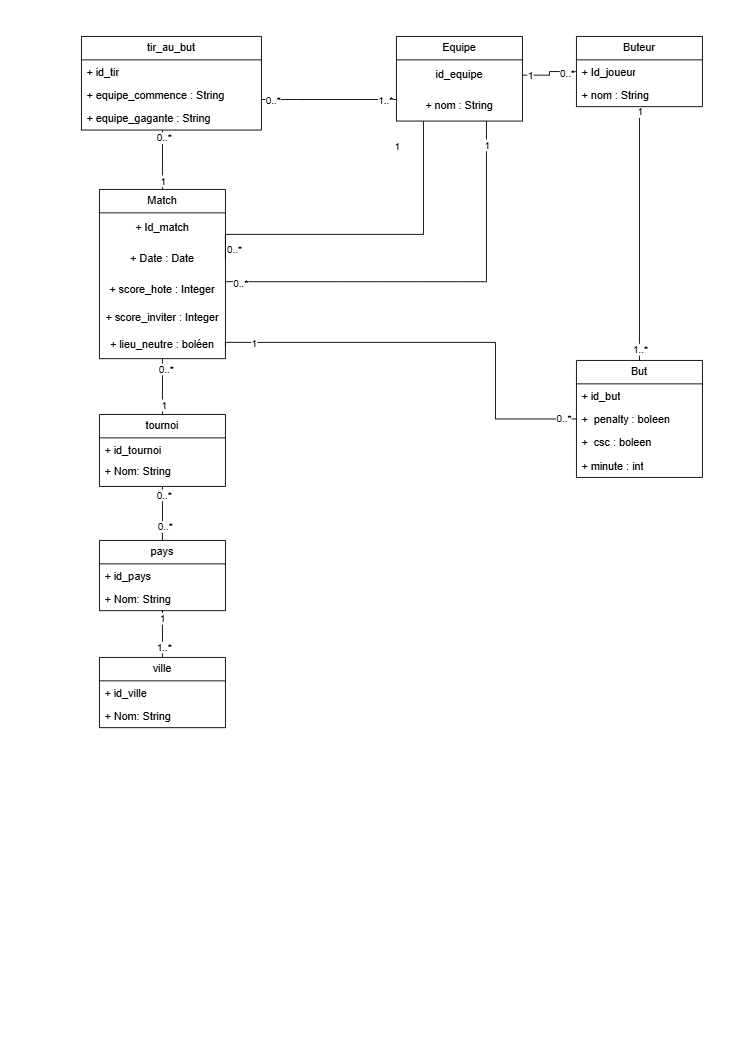
contant30/2025-JPA-projet-Football keeps this draw.io diagram as conception/Diagramme de classe.drawio.png. Above is the earlier version. Source tidied: cells renumbered, new cells last; positions are measured from the earlier drawing's top-left corner, leaving out a move shared by most shapes.
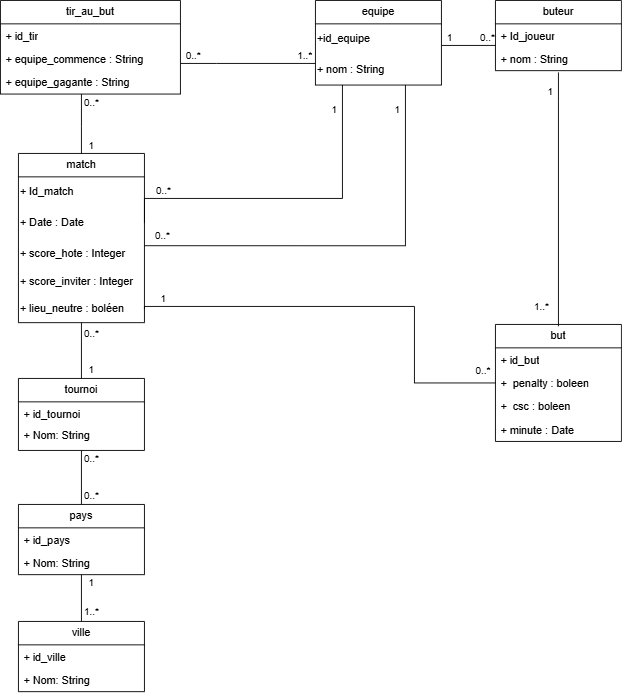
The same diagram one commit later.

Change to the diagram source:
```diff
@@ -11,37 +11,45 @@
       </mxGeometry>
     </mxCell>
     <mxCell id="3" value="0..*" style="edgeLabel;html=1;align=center;verticalAlign=middle;" parent="2" vertex="1">
-      <mxGeometry x="0.74" y="-1" relative="1" as="geometry" />
+      <mxGeometry x="0.74" y="-1" relative="1" as="geometry">
+        <mxPoint x="9" as="offset" />
+      </mxGeometry>
     </mxCell>
     <mxCell id="4" value="1" style="edgeLabel;html=1;align=center;verticalAlign=middle;" parent="2" vertex="1">
-      <mxGeometry x="-0.72" relative="1" as="geometry" />
+      <mxGeometry x="-0.72" relative="1" as="geometry">
+        <mxPoint x="10" as="offset" />
+      </mxGeometry>
     </mxCell>
-    <mxCell id="5" value="Match" style="swimlane;fontStyle=0;horizontal=1;startSize=26;fillColor=none;whiteSpace=wrap;html=1;" parent="1" vertex="1">
+    <mxCell id="5" value="match" style="swimlane;fontStyle=0;horizontal=1;startSize=26;fillColor=none;whiteSpace=wrap;html=1;" parent="1" vertex="1">
       <mxGeometry x="20" y="170" width="140" height="188" as="geometry" />
     </mxCell>
-    <mxCell id="6" value="+ Id_match" style="text;html=1;whiteSpace=wrap;strokeColor=none;fillColor=none;align=center;verticalAlign=middle;rounded=0;" parent="5" vertex="1">
+    <mxCell id="6" value="+ Id_match" style="text;html=1;whiteSpace=wrap;strokeColor=none;fillColor=none;align=left;verticalAlign=middle;rounded=0;" parent="5" vertex="1">
       <mxGeometry y="26" width="140" height="34" as="geometry" />
     </mxCell>
-    <mxCell id="7" value="+ Date : Date" style="text;html=1;whiteSpace=wrap;strokeColor=none;fillColor=none;align=center;verticalAlign=middle;rounded=0;" parent="5" vertex="1">
+    <mxCell id="7" value="+ Date : Date" style="text;html=1;whiteSpace=wrap;strokeColor=none;fillColor=none;align=left;verticalAlign=middle;rounded=0;" parent="5" vertex="1">
       <mxGeometry y="60" width="140" height="34" as="geometry" />
     </mxCell>
-    <mxCell id="8" value="+ score_hote : Integer" style="text;html=1;whiteSpace=wrap;strokeColor=none;fillColor=none;align=center;verticalAlign=middle;rounded=0;" parent="5" vertex="1">
+    <mxCell id="8" value="+ score_hote : Integer" style="text;html=1;whiteSpace=wrap;strokeColor=none;fillColor=none;align=left;verticalAlign=middle;rounded=0;" parent="5" vertex="1">
       <mxGeometry y="94" width="140" height="34" as="geometry" />
     </mxCell>
-    <mxCell id="9" value="+ score_inviter : Integer" style="text;html=1;whiteSpace=wrap;strokeColor=none;fillColor=none;align=center;verticalAlign=middle;rounded=0;" parent="5" vertex="1">
+    <mxCell id="9" value="+ score_inviter : Integer" style="text;html=1;whiteSpace=wrap;strokeColor=none;fillColor=none;align=left;verticalAlign=middle;rounded=0;" parent="5" vertex="1">
       <mxGeometry y="128" width="140" height="30" as="geometry" />
     </mxCell>
-    <mxCell id="10" value="+ lieu_neutre : boléen" style="text;html=1;whiteSpace=wrap;strokeColor=none;fillColor=none;align=center;verticalAlign=middle;rounded=0;" parent="5" vertex="1">
+    <mxCell id="10" value="+ lieu_neutre : boléen" style="text;html=1;whiteSpace=wrap;strokeColor=none;fillColor=none;align=left;verticalAlign=middle;rounded=0;" parent="5" vertex="1">
       <mxGeometry y="158" width="140" height="30" as="geometry" />
     </mxCell>
     <mxCell id="11" style="edgeStyle=orthogonalEdgeStyle;rounded=0;jettySize=auto;html=1;entryX=0.5;entryY=0;entryDx=0;entryDy=0;endArrow=none;endFill=0;" parent="1" edge="1" source="14" target="20">
       <mxGeometry relative="1" as="geometry" />
     </mxCell>
     <mxCell id="12" value="0..*" style="edgeLabel;html=1;align=center;verticalAlign=middle;" parent="11" vertex="1">
-      <mxGeometry x="0.49" y="2" relative="1" as="geometry" />
+      <mxGeometry x="0.49" y="2" relative="1" as="geometry">
+        <mxPoint x="8" y="5" as="offset" />
+      </mxGeometry>
     </mxCell>
     <mxCell id="13" value="0..*" style="edgeLabel;html=1;align=center;verticalAlign=middle;" parent="11" vertex="1">
-      <mxGeometry x="-0.7" y="1" relative="1" as="geometry" />
+      <mxGeometry x="-0.7" y="1" relative="1" as="geometry">
+        <mxPoint x="9" as="offset" />
+      </mxGeometry>
     </mxCell>
     <mxCell id="14" value="tournoi" style="swimlane;fontStyle=0;horizontal=1;startSize=26;fillColor=none;whiteSpace=wrap;html=1;" parent="1" vertex="1">
       <mxGeometry x="20" y="420" width="140" height="80" as="geometry" />
@@ -56,10 +64,14 @@
       <mxGeometry relative="1" as="geometry" />
     </mxCell>
     <mxCell id="18" value="1..*" style="edgeLabel;html=1;align=center;verticalAlign=middle;" parent="17" vertex="1">
-      <mxGeometry x="0.54" y="1" relative="1" as="geometry" />
+      <mxGeometry x="0.54" y="1" relative="1" as="geometry">
+        <mxPoint x="9" as="offset" />
+      </mxGeometry>
     </mxCell>
     <mxCell id="19" value="1" style="edgeLabel;html=1;align=center;verticalAlign=middle;" parent="17" vertex="1">
-      <mxGeometry x="-0.68" y="-1" relative="1" as="geometry" />
+      <mxGeometry x="-0.68" y="-1" relative="1" as="geometry">
+        <mxPoint x="11" as="offset" />
+      </mxGeometry>
     </mxCell>
     <mxCell id="20" value="pays" style="swimlane;fontStyle=0;horizontal=1;startSize=26;fillColor=none;whiteSpace=wrap;html=1;" parent="1" vertex="1">
       <mxGeometry x="20" y="560" width="140" height="78" as="geometry" />
@@ -100,30 +112,38 @@
       </mxGeometry>
     </mxCell>
     <mxCell id="31" value="0..*" style="edgeLabel;html=1;align=center;verticalAlign=middle;" parent="30" vertex="1">
-      <mxGeometry x="0.83" y="1" relative="1" as="geometry" />
+      <mxGeometry x="0.83" y="1" relative="1" as="geometry">
+        <mxPoint y="-11" as="offset" />
+      </mxGeometry>
     </mxCell>
     <mxCell id="32" value="1..*" style="edgeLabel;html=1;align=center;verticalAlign=middle;" parent="30" vertex="1">
-      <mxGeometry x="-0.82" relative="1" as="geometry" />
+      <mxGeometry x="-0.82" relative="1" as="geometry">
+        <mxPoint y="-10" as="offset" />
+      </mxGeometry>
     </mxCell>
-    <mxCell id="33" value="Equipe" style="swimlane;fontStyle=0;horizontal=1;startSize=26;fillColor=none;whiteSpace=wrap;html=1;" parent="1" vertex="1">
+    <mxCell id="33" value="equipe" style="swimlane;fontStyle=0;horizontal=1;startSize=26;fillColor=none;whiteSpace=wrap;html=1;" parent="1" vertex="1">
       <mxGeometry x="350" width="140" height="94" as="geometry" />
     </mxCell>
-    <mxCell id="34" value="id_equipe" style="text;html=1;whiteSpace=wrap;strokeColor=none;fillColor=none;align=center;verticalAlign=middle;rounded=0;" parent="33" vertex="1">
+    <mxCell id="34" value="+id_equipe" style="text;html=1;whiteSpace=wrap;strokeColor=none;fillColor=none;align=left;verticalAlign=middle;rounded=0;" parent="33" vertex="1">
       <mxGeometry y="26" width="140" height="34" as="geometry" />
     </mxCell>
-    <mxCell id="35" value="+ nom : String" style="text;html=1;whiteSpace=wrap;strokeColor=none;fillColor=none;align=center;verticalAlign=middle;rounded=0;" parent="33" vertex="1">
+    <mxCell id="35" value="+ nom : String" style="text;html=1;whiteSpace=wrap;strokeColor=none;fillColor=none;align=left;verticalAlign=middle;rounded=0;" parent="33" vertex="1">
       <mxGeometry y="60" width="140" height="34" as="geometry" />
     </mxCell>
     <mxCell id="36" style="edgeStyle=orthogonalEdgeStyle;rounded=0;jettySize=auto;html=1;exitX=0.5;exitY=1;exitDx=0;exitDy=0;entryX=0.5;entryY=0;entryDx=0;entryDy=0;endArrow=none;endFill=0;" parent="1" edge="1" source="5" target="14">
       <mxGeometry relative="1" as="geometry" />
     </mxCell>
     <mxCell id="37" value="0..*" style="edgeLabel;html=1;align=center;verticalAlign=middle;" parent="36" vertex="1">
-      <mxGeometry x="-0.63" y="3" relative="1" as="geometry" />
+      <mxGeometry x="-0.63" y="3" relative="1" as="geometry">
+        <mxPoint x="7" as="offset" />
+      </mxGeometry>
     </mxCell>
     <mxCell id="38" value="1" style="edgeLabel;html=1;align=center;verticalAlign=middle;" parent="36" vertex="1">
-      <mxGeometry x="0.65" y="1" relative="1" as="geometry" />
+      <mxGeometry x="0.65" y="1" relative="1" as="geometry">
+        <mxPoint x="9" as="offset" />
+      </mxGeometry>
     </mxCell>
-    <mxCell id="39" value="But" style="swimlane;fontStyle=0;horizontal=1;startSize=26;fillColor=none;whiteSpace=wrap;html=1;" parent="1" vertex="1">
+    <mxCell id="39" value="but" style="swimlane;fontStyle=0;horizontal=1;startSize=26;fillColor=none;whiteSpace=wrap;html=1;" parent="1" vertex="1">
       <mxGeometry x="550" y="360" width="140" height="130" as="geometry" />
     </mxCell>
     <mxCell id="40" value="+ id_but" style="text;strokeColor=none;fillColor=none;align=left;verticalAlign=top;spacingLeft=4;spacingRight=4;overflow=hidden;whiteSpace=wrap;html=1;" parent="39" vertex="1">
@@ -135,19 +155,30 @@
     <mxCell id="42" value="+&amp;nbsp; csc : boleen" style="text;strokeColor=none;fillColor=none;align=left;verticalAlign=top;spacingLeft=4;spacingRight=4;overflow=hidden;whiteSpace=wrap;html=1;" parent="39" vertex="1">
       <mxGeometry y="78" width="140" height="26" as="geometry" />
     </mxCell>
-    <mxCell id="43" value="+ minute : int" style="text;strokeColor=none;fillColor=none;align=left;verticalAlign=top;spacingLeft=4;spacingRight=4;overflow=hidden;whiteSpace=wrap;html=1;" parent="39" vertex="1">
+    <mxCell id="43" value="+ minute : Date" style="text;strokeColor=none;fillColor=none;align=left;verticalAlign=top;spacingLeft=4;spacingRight=4;overflow=hidden;whiteSpace=wrap;html=1;" parent="39" vertex="1">
       <mxGeometry y="104" width="140" height="26" as="geometry" />
     </mxCell>
-    <mxCell id="44" style="edgeStyle=orthogonalEdgeStyle;rounded=0;jettySize=auto;html=1;entryX=0.5;entryY=0;entryDx=0;entryDy=0;endArrow=none;endFill=0;" parent="1" edge="1" source="47" target="39">
-      <mxGeometry relative="1" as="geometry" />
+    <mxCell id="44" style="edgeStyle=orthogonalEdgeStyle;rounded=0;orthogonalLoop=1;jettySize=auto;html=1;entryX=0.5;entryY=0;entryDx=0;entryDy=0;endArrow=none;endFill=0;" parent="1" edge="1">
+      <mxGeometry relative="1" as="geometry">
+        <mxPoint x="620" y="80" as="sourcePoint" />
+        <mxPoint x="620" y="362" as="targetPoint" />
+        <Array as="points">
+          <mxPoint x="620" y="112" />
+          <mxPoint x="620" y="112" />
+        </Array>
+      </mxGeometry>
     </mxCell>
     <mxCell id="45" value="1..*" style="edgeLabel;html=1;align=center;verticalAlign=middle;" parent="44" vertex="1">
-      <mxGeometry x="0.91" relative="1" as="geometry" />
+      <mxGeometry x="0.91" relative="1" as="geometry">
+        <mxPoint x="-20" y="-9" as="offset" />
+      </mxGeometry>
     </mxCell>
     <mxCell id="46" value="1" style="edgeLabel;html=1;align=center;verticalAlign=middle;" parent="44" vertex="1">
-      <mxGeometry x="-0.96" relative="1" as="geometry" />
+      <mxGeometry x="-0.96" relative="1" as="geometry">
+        <mxPoint x="-10" y="16" as="offset" />
+      </mxGeometry>
     </mxCell>
-    <mxCell id="47" value="Buteur" style="swimlane;fontStyle=0;horizontal=1;startSize=26;fillColor=none;whiteSpace=wrap;html=1;" parent="1" vertex="1">
+    <mxCell id="47" value="buteur" style="swimlane;fontStyle=0;horizontal=1;startSize=26;fillColor=none;whiteSpace=wrap;html=1;" parent="1" vertex="1">
       <mxGeometry x="550" width="140" height="78" as="geometry" />
     </mxCell>
     <mxCell id="48" value="+ Id_joueur" style="text;strokeColor=none;fillColor=none;align=left;verticalAlign=top;spacingLeft=4;spacingRight=4;overflow=hidden;points=[[0,0.5],[1,0.5]];portConstraint=eastwest;whiteSpace=wrap;html=1;" parent="47" vertex="1">
@@ -168,12 +199,12 @@
     </mxCell>
     <mxCell id="51" value="0..*" style="edgeLabel;html=1;align=center;verticalAlign=middle;" parent="50" vertex="1">
       <mxGeometry x="-0.95" y="1" relative="1" as="geometry">
-        <mxPoint x="10" as="offset" />
+        <mxPoint x="21" y="-27" as="offset" />
       </mxGeometry>
     </mxCell>
     <mxCell id="52" value="1" style="edgeLabel;html=1;align=center;verticalAlign=middle;" parent="50" vertex="1">
       <mxGeometry x="0.94" y="2" relative="1" as="geometry">
-        <mxPoint x="-28" y="18" as="offset" />
+        <mxPoint x="-8" y="15" as="offset" />
       </mxGeometry>
     </mxCell>
     <mxCell id="53" style="edgeStyle=orthogonalEdgeStyle;rounded=0;jettySize=auto;html=1;exitX=1;exitY=0.5;exitDx=0;exitDy=0;endArrow=none;endFill=0;" parent="1" edge="1" target="39">
@@ -187,10 +218,14 @@
       </mxGeometry>
     </mxCell>
     <mxCell id="54" value="1" style="edgeLabel;html=1;align=center;verticalAlign=middle;" parent="53" vertex="1">
-      <mxGeometry x="-0.86" y="-1" relative="1" as="geometry" />
+      <mxGeometry x="-0.86" y="-1" relative="1" as="geometry">
+        <mxPoint x="-10" y="-11" as="offset" />
+      </mxGeometry>
     </mxCell>
     <mxCell id="55" value="0..*" style="edgeLabel;html=1;align=center;verticalAlign=middle;" parent="53" vertex="1">
-      <mxGeometry x="0.94" y="1" relative="1" as="geometry" />
+      <mxGeometry x="0.94" y="1" relative="1" as="geometry">
+        <mxPoint y="-14" as="offset" />
+      </mxGeometry>
     </mxCell>
     <mxCell id="56" style="edgeStyle=orthogonalEdgeStyle;rounded=0;jettySize=auto;html=1;entryX=1;entryY=0.25;entryDx=0;entryDy=0;endArrow=none;endFill=0;" parent="1" edge="1" source="35" target="8">
       <mxGeometry relative="1" as="geometry">
@@ -206,22 +241,31 @@
     </mxCell>
     <mxCell id="58" value="0..*" style="edgeLabel;html=1;align=center;verticalAlign=middle;" parent="56" vertex="1">
       <mxGeometry x="0.93" y="2" relative="1" as="geometry">
-        <mxPoint x="1" as="offset" />
+        <mxPoint x="4" y="-14" as="offset" />
       </mxGeometry>
     </mxCell>
     <mxCell id="59" value="1" style="edgeLabel;html=1;align=center;verticalAlign=middle;" parent="56" vertex="1">
       <mxGeometry x="-0.91" y="3" relative="1" as="geometry">
-        <mxPoint x="-3" y="5" as="offset" />
+        <mxPoint x="-13" y="5" as="offset" />
       </mxGeometry>
     </mxCell>
-    <mxCell id="60" style="edgeStyle=orthogonalEdgeStyle;rounded=0;jettySize=auto;html=1;entryX=0;entryY=0.5;entryDx=0;entryDy=0;endArrow=none;endFill=0;" parent="1" edge="1" source="34" target="48">
-      <mxGeometry relative="1" as="geometry" />
+    <mxCell id="60" style="edgeStyle=orthogonalEdgeStyle;rounded=0;jettySize=auto;html=1;endArrow=none;endFill=0;" parent="1" edge="1" source="34">
+      <mxGeometry relative="1" as="geometry">
+        <mxPoint x="550" y="50" as="targetPoint" />
+        <Array as="points">
+          <mxPoint x="550" y="50" />
+        </Array>
+      </mxGeometry>
     </mxCell>
     <mxCell id="61" value="0..*" style="edgeLabel;html=1;align=center;verticalAlign=middle;" parent="60" vertex="1">
-      <mxGeometry x="0.65" y="-2" relative="1" as="geometry" />
+      <mxGeometry x="0.65" y="-2" relative="1" as="geometry">
+        <mxPoint y="-12" as="offset" />
+      </mxGeometry>
     </mxCell>
     <mxCell id="62" value="1" style="edgeLabel;html=1;align=center;verticalAlign=middle;" parent="60" vertex="1">
-      <mxGeometry x="-0.73" relative="1" as="geometry" />
+      <mxGeometry x="-0.73" relative="1" as="geometry">
+        <mxPoint y="-10" as="offset" />
+      </mxGeometry>
     </mxCell>
   </root>
 </mxGraphModel>
```
